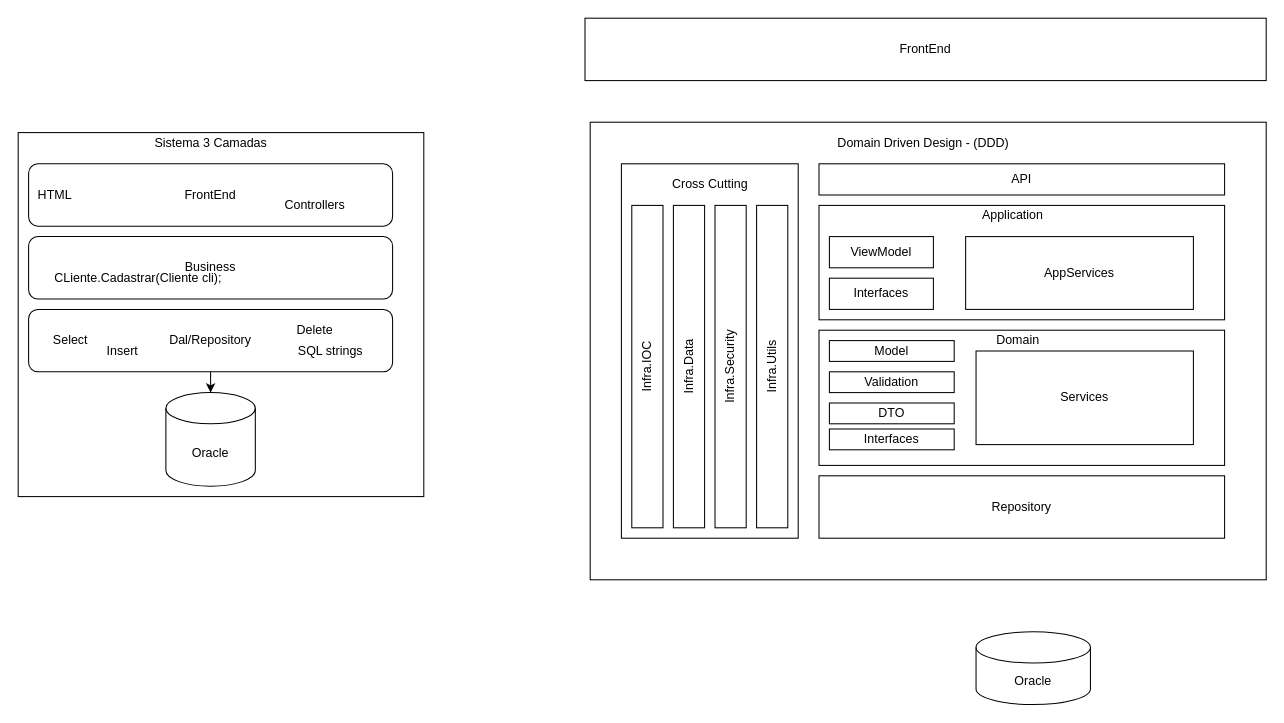
Earlier version of the draw.io diagram page "DDD" (1 of 4) of docs/diagrams.drawio (lfv500/LuBank). Source tidied: cells renumbered, new cells numbered last; positions are measured from the earlier drawing's top-left corner, leaving out a move shared by most shapes. Both pictures are drawn from the tidied source at 104%, with x=0, y=0 at pixel (18, 18).
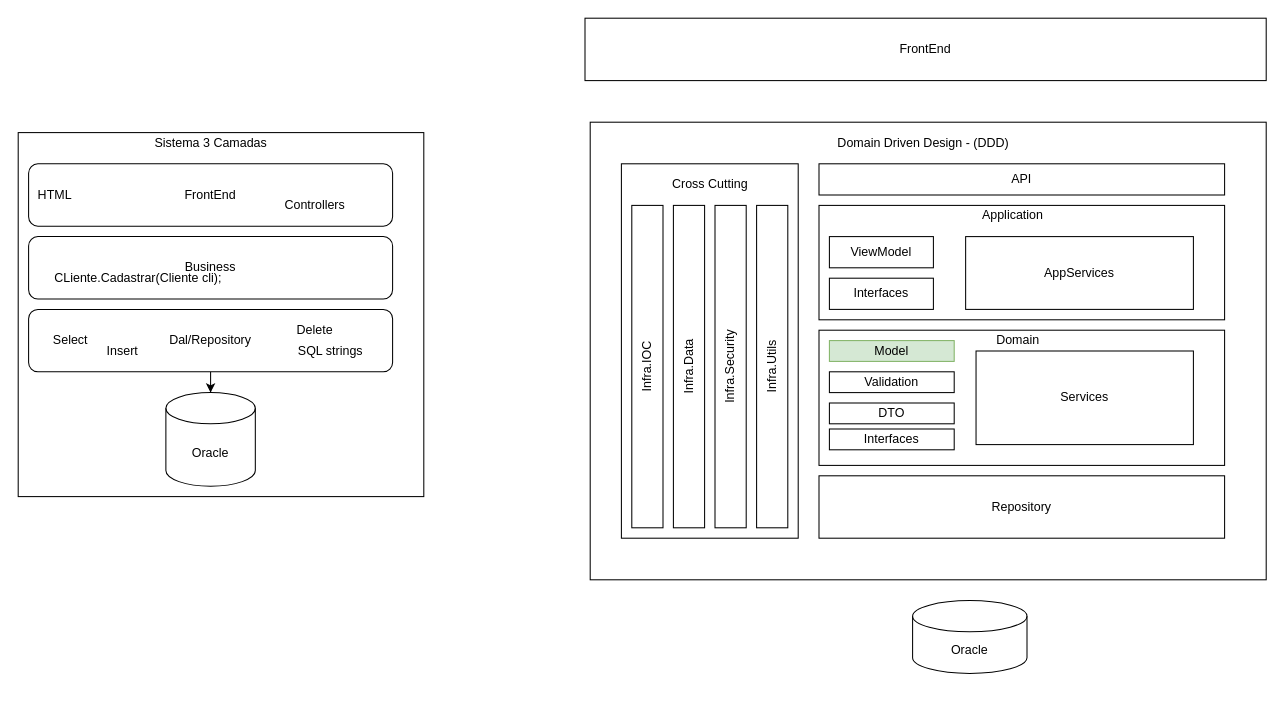
The same page after the edit.

Commit message (it also covers changes not shown here):
Construção do Model de Customers

Diff of the diagram source:
```diff
@@
     <mxCell id="18" value="Oracle" style="shape=cylinder3;whiteSpace=wrap;html=1;boundedLbl=1;backgroundOutline=1;size=15;" parent="1" vertex="1">
-      <mxGeometry x="921" y="590" width="110" height="70" as="geometry" />
+      <mxGeometry x="860" y="560" width="110" height="70" as="geometry" />
     </mxCell>
@@
-    <mxCell id="33" value="Model" style="rounded=0;whiteSpace=wrap;html=1;" parent="1" vertex="1">
+    <mxCell id="33" value="Model" style="rounded=0;whiteSpace=wrap;html=1;fillColor=#d5e8d4;strokeColor=#82b366;" parent="1" vertex="1">
       <mxGeometry x="780" y="310" width="120" height="20" as="geometry" />
     </mxCell>
```
